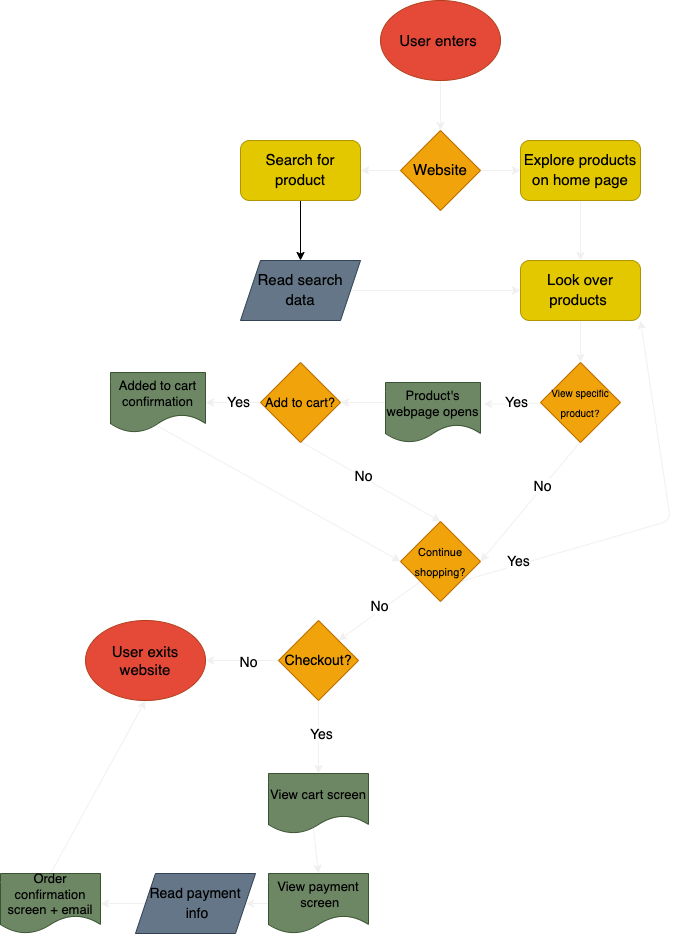
The draw.io diagram explore/diagramming/diagram.drawio.png in zachyuen/fa22-cse110-lab4, before a commit. Source tidied: cells renumbered, new cells last; positions are measured from the earlier drawing's top-left corner, leaving out a move shared by most shapes.
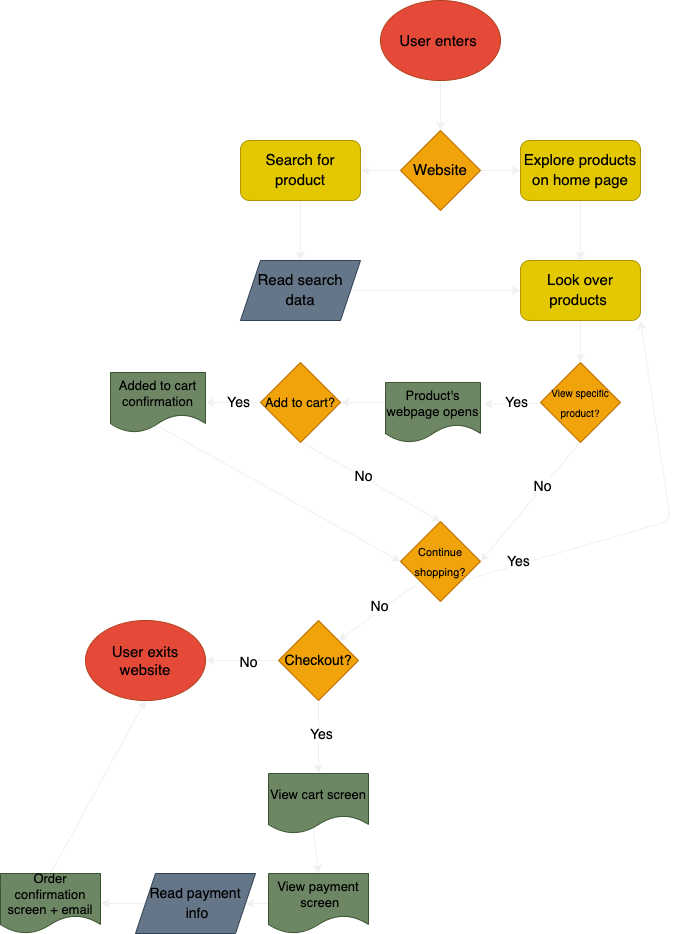
Above is the later version.

The edit, as a diff of the source:
```diff
@@ -20,7 +20,7 @@
     <mxCell id="7" value="&lt;font style=&quot;font-size: 15px&quot;&gt;Website&lt;/font&gt;" style="rhombus;whiteSpace=wrap;html=1;fontSize=16;fontColor=#000000;strokeColor=#BD7000;fillColor=#f0a30a;" parent="1" vertex="1">
       <mxGeometry x="400" y="130" width="80" height="80" as="geometry" />
     </mxCell>
-    <mxCell id="8" style="edgeStyle=none;html=1;exitX=0.5;exitY=1;exitDx=0;exitDy=0;entryX=0.5;entryY=0;entryDx=0;entryDy=0;fontSize=15;fontColor=#000000;" parent="1" edge="1" source="9" target="13">
+    <mxCell id="8" style="edgeStyle=none;html=1;exitX=0.5;exitY=1;exitDx=0;exitDy=0;entryX=0.5;entryY=0;entryDx=0;entryDy=0;fontSize=15;fontColor=#000000;strokeColor=#F0F0F0;" parent="1" edge="1" source="9" target="13">
       <mxGeometry relative="1" as="geometry" />
     </mxCell>
     <mxCell id="9" value="&lt;font style=&quot;font-size: 15px&quot;&gt;Search for product&lt;/font&gt;" style="rounded=1;whiteSpace=wrap;html=1;fontSize=16;fontColor=#000000;strokeColor=#B09500;fillColor=#e3c800;" parent="1" vertex="1">
```
